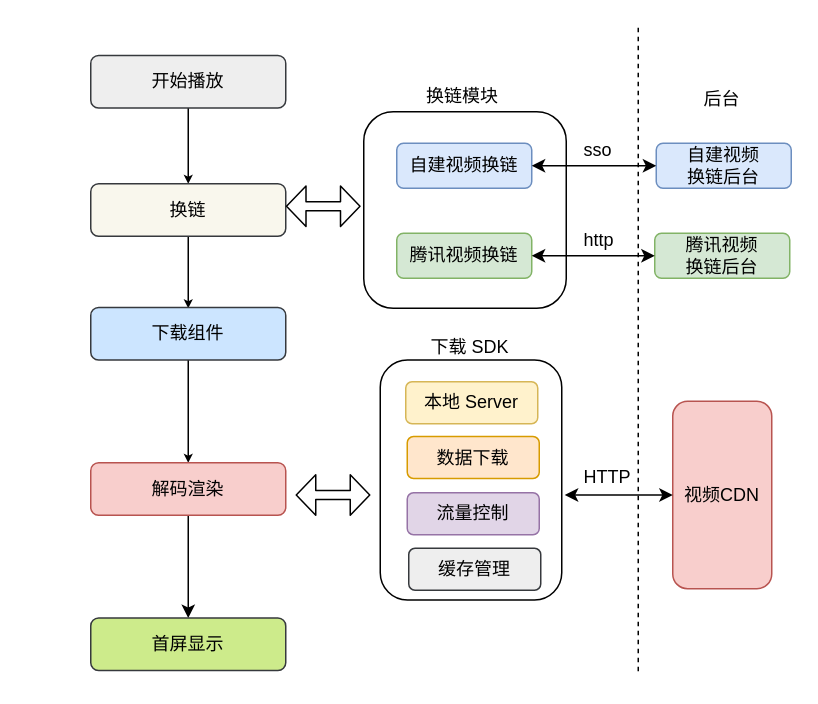
This is play.drawio from Anyewuya/Sev, a draw.io file, before an edit. Source tidied: cells renumbered, new cells numbered last; positions are measured from the earlier drawing's top-left corner, leaving out a move shared by most shapes. Both pictures are drawn from the tidied source at 150%, with x=0, y=0 at pixel (90, 26).
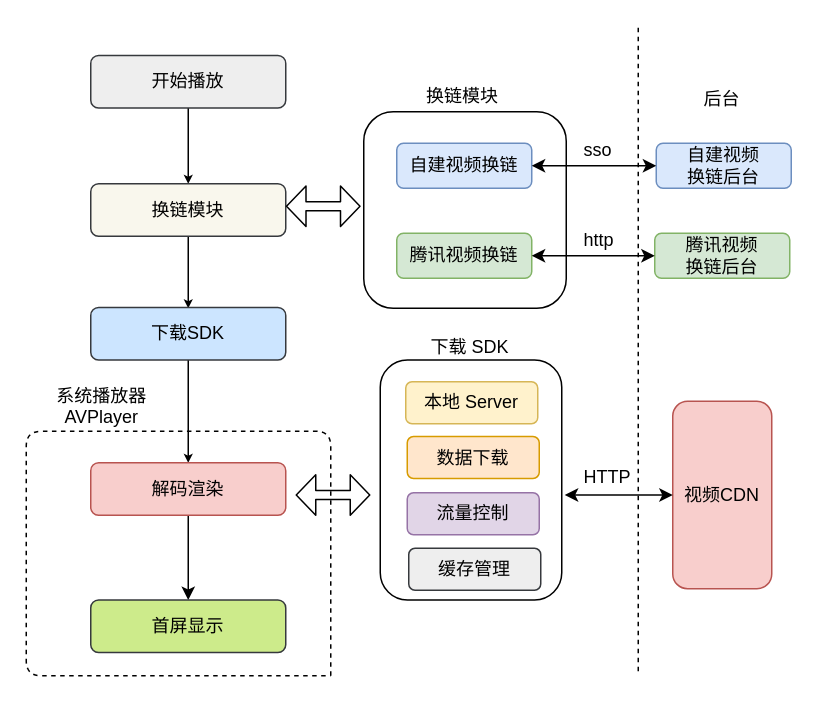
The same diagram, later.

Change to the diagram source:
```diff
@@
-    <mxCell id="14" value="换链" style="rounded=1;whiteSpace=wrap;html=1;fillColor=#f9f7ed;strokeColor=#36393d;" parent="1" vertex="1">
+    <mxCell id="14" value="换链模块" style="rounded=1;whiteSpace=wrap;html=1;fillColor=#f9f7ed;strokeColor=#36393d;" parent="1" vertex="1">
       <mxGeometry y="105" width="130" height="35" as="geometry" />
     </mxCell>
@@
-    <mxCell id="16" value="下载组件" style="rounded=1;whiteSpace=wrap;html=1;fillColor=#cce5ff;strokeColor=#36393d;" parent="1" vertex="1">
+    <mxCell id="16" value="下载SDK" style="rounded=1;whiteSpace=wrap;html=1;fillColor=#cce5ff;strokeColor=#36393d;" parent="1" vertex="1">
       <mxGeometry y="187.5" width="130" height="35" as="geometry" />
     </mxCell>
@@
     <mxCell id="33" value="首屏显示" style="rounded=1;whiteSpace=wrap;html=1;fillColor=#cdeb8b;strokeColor=#36393d;" parent="1" vertex="1">
-      <mxGeometry y="394.5" width="130" height="35" as="geometry" />
+      <mxGeometry y="382.5" width="130" height="35" as="geometry" />
     </mxCell>
+    <mxCell id="34" style="endArrow=none;dashed=1;html=1;" parent="1" edge="1">
+      <mxGeometry relative="1" as="geometry">
+        <mxPoint x="160" y="433" as="sourcePoint" />
+        <mxPoint x="160" y="433" as="targetPoint" />
+        <Array as="points">
+          <mxPoint x="160" y="270" />
+          <mxPoint x="-43" y="270" />
+          <mxPoint x="-43" y="350" />
+          <mxPoint x="-43" y="433" />
+          <mxPoint x="72" y="433" />
+        </Array>
+      </mxGeometry>
+    </mxCell>
+    <mxCell id="35" value="系统播放器&lt;br&gt;AVPlayer" style="text;html=1;align=center;verticalAlign=top;spacingTop=-4;" parent="1" vertex="1">
+      <mxGeometry x="-33" y="237" width="80" height="30" as="geometry" />
+    </mxCell>
```
